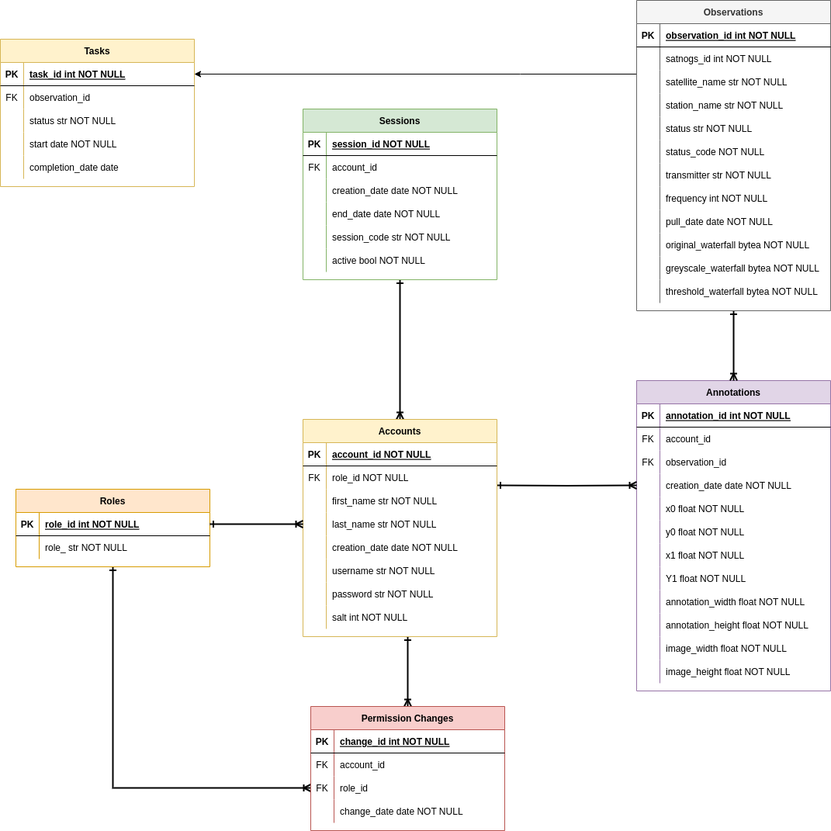
The draw.io diagram assets/erd/erd.png in Maple-Lazuli/satnogs-annotator, before a commit. Source tidied: cells renumbered, new cells last; positions are measured from the earlier drawing's top-left corner, leaving out a move shared by most shapes.
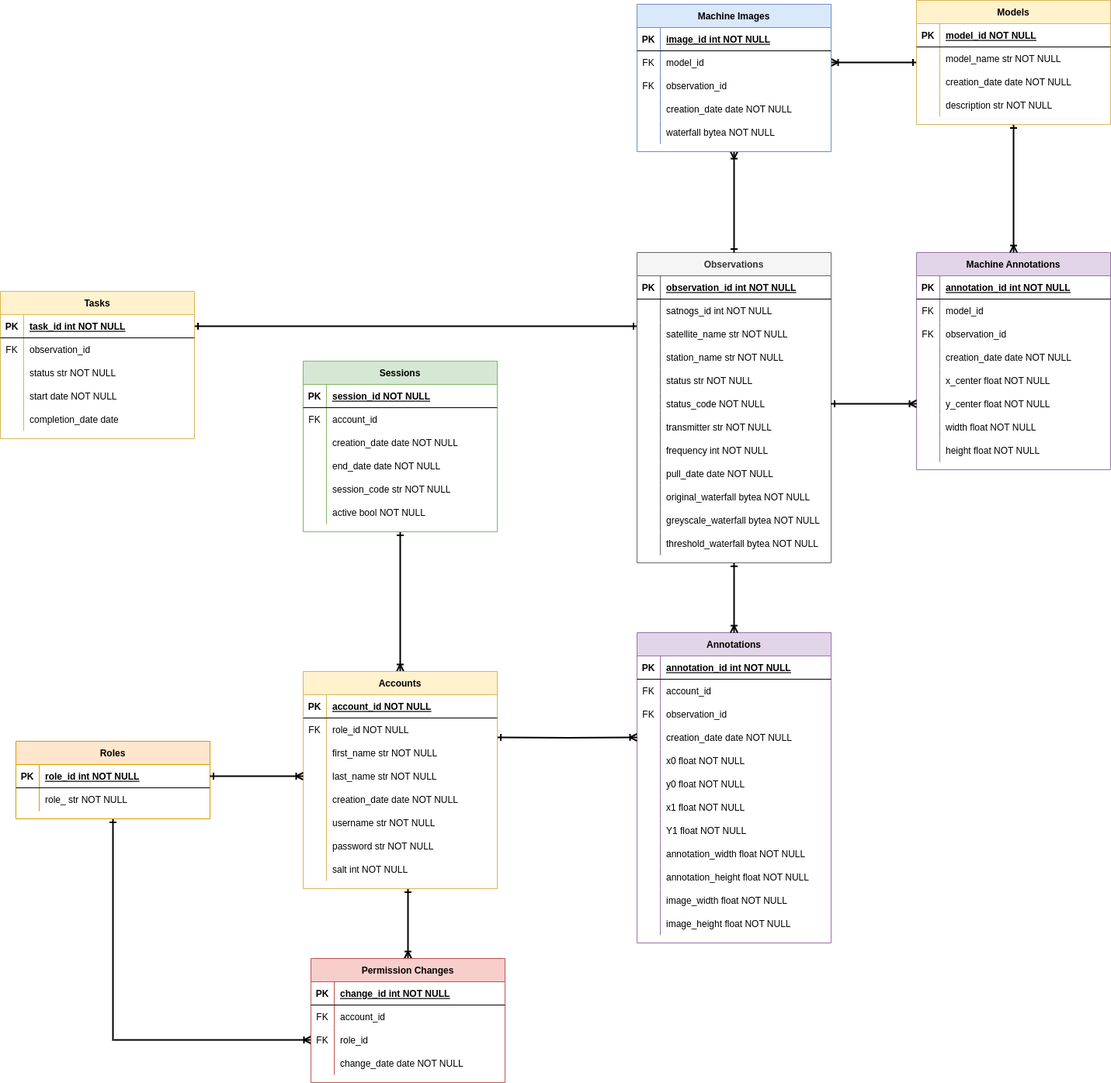
The same file after the commit.

Diff of the diagram source:
```diff
@@ -327,7 +327,7 @@
     <mxCell id="108" style="edgeStyle=orthogonalEdgeStyle;rounded=0;jettySize=auto;html=1;entryX=0.5;entryY=0;entryDx=0;entryDy=0;startArrow=ERone;startFill=0;endArrow=ERoneToMany;endFill=0;strokeWidth=2;" parent="1" edge="1" source="110" target="2">
       <mxGeometry relative="1" as="geometry" />
     </mxCell>
-    <mxCell id="109" style="edgeStyle=orthogonalEdgeStyle;rounded=0;jettySize=auto;html=1;entryX=1;entryY=0.5;entryDx=0;entryDy=0;" parent="1" edge="1" source="110" target="148">
+    <mxCell id="109" style="edgeStyle=orthogonalEdgeStyle;rounded=0;jettySize=auto;html=1;entryX=1;entryY=0.5;entryDx=0;entryDy=0;endArrow=ERone;endFill=0;startArrow=ERone;startFill=0;strokeWidth=2;" parent="1" edge="1" source="110" target="148">
       <mxGeometry relative="1" as="geometry">
         <Array as="points">
           <mxPoint x="670" y="95" />
@@ -494,5 +494,179 @@
     <mxCell id="162" value="completion_date date" style="shape=partialRectangle;overflow=hidden;fillColor=none;top=0;left=0;bottom=0;right=0;align=left;spacingLeft=6;" parent="160" vertex="1">
       <mxGeometry x="30" width="220" height="30" as="geometry" />
     </mxCell>
+    <mxCell id="163" value="Machine Annotations" style="shape=table;startSize=30;rowLines=0;fontStyle=1;align=center;fillColor=#e1d5e7;strokeColor=#9673a6;" parent="1" vertex="1">
+      <mxGeometry x="1180" width="250" height="280" as="geometry" />
+    </mxCell>
+    <mxCell id="164" style="shape=partialRectangle;fillColor=none;top=0;left=0;right=0;bottom=1;" parent="163" vertex="1">
+      <mxGeometry y="30" width="250" height="30" as="geometry" />
+    </mxCell>
+    <mxCell id="165" value="PK" style="shape=partialRectangle;overflow=hidden;fillColor=none;top=0;left=0;bottom=0;right=0;fontStyle=1;" parent="164" vertex="1">
+      <mxGeometry width="30" height="30" as="geometry" />
+    </mxCell>
+    <mxCell id="166" value="annotation_id int NOT NULL" style="shape=partialRectangle;overflow=hidden;fillColor=none;top=0;left=0;bottom=0;right=0;align=left;spacingLeft=6;fontStyle=5;" parent="164" vertex="1">
+      <mxGeometry x="30" width="220" height="30" as="geometry" />
+    </mxCell>
+    <mxCell id="167" style="shape=partialRectangle;fillColor=none;top=0;left=0;right=0;bottom=0;" parent="163" vertex="1">
+      <mxGeometry y="60" width="250" height="30" as="geometry" />
+    </mxCell>
+    <mxCell id="168" value="FK" style="shape=partialRectangle;overflow=hidden;fillColor=none;top=0;left=0;bottom=0;right=0;" parent="167" vertex="1">
+      <mxGeometry width="30" height="30" as="geometry" />
+    </mxCell>
+    <mxCell id="169" value="model_id" style="shape=partialRectangle;overflow=hidden;fillColor=none;top=0;left=0;bottom=0;right=0;align=left;spacingLeft=6;" parent="167" vertex="1">
+      <mxGeometry x="30" width="220" height="30" as="geometry" />
+    </mxCell>
+    <mxCell id="170" style="shape=partialRectangle;fillColor=none;top=0;left=0;right=0;bottom=0;" parent="163" vertex="1">
+      <mxGeometry y="90" width="250" height="30" as="geometry" />
+    </mxCell>
+    <mxCell id="171" value="FK" style="shape=partialRectangle;overflow=hidden;fillColor=none;top=0;left=0;bottom=0;right=0;" parent="170" vertex="1">
+      <mxGeometry width="30" height="30" as="geometry" />
+    </mxCell>
+    <mxCell id="172" value="observation_id" style="shape=partialRectangle;overflow=hidden;fillColor=none;top=0;left=0;bottom=0;right=0;align=left;spacingLeft=6;" parent="170" vertex="1">
+      <mxGeometry x="30" width="220" height="30" as="geometry" />
+    </mxCell>
+    <mxCell id="173" style="shape=partialRectangle;fillColor=none;top=0;left=0;right=0;bottom=0;" parent="163" vertex="1">
+      <mxGeometry y="120" width="250" height="30" as="geometry" />
+    </mxCell>
+    <mxCell id="174" style="shape=partialRectangle;overflow=hidden;fillColor=none;top=0;left=0;bottom=0;right=0;" parent="173" vertex="1">
+      <mxGeometry width="30" height="30" as="geometry" />
+    </mxCell>
+    <mxCell id="175" value="creation_date date NOT NULL" style="shape=partialRectangle;overflow=hidden;fillColor=none;top=0;left=0;bottom=0;right=0;align=left;spacingLeft=6;" parent="173" vertex="1">
+      <mxGeometry x="30" width="220" height="30" as="geometry" />
+    </mxCell>
+    <mxCell id="176" style="shape=partialRectangle;fillColor=none;top=0;left=0;right=0;bottom=0;" parent="163" vertex="1">
+      <mxGeometry y="150" width="250" height="30" as="geometry" />
+    </mxCell>
+    <mxCell id="177" style="shape=partialRectangle;overflow=hidden;fillColor=none;top=0;left=0;bottom=0;right=0;" parent="176" vertex="1">
+      <mxGeometry width="30" height="30" as="geometry" />
+    </mxCell>
+    <mxCell id="178" value="x_center float NOT NULL" style="shape=partialRectangle;overflow=hidden;fillColor=none;top=0;left=0;bottom=0;right=0;align=left;spacingLeft=6;" parent="176" vertex="1">
+      <mxGeometry x="30" width="220" height="30" as="geometry" />
+    </mxCell>
+    <mxCell id="179" style="shape=partialRectangle;fillColor=none;points=[[0,0.5],[1,0.5]];portConstraint=eastwest;top=0;left=0;right=0;bottom=0;" parent="163" vertex="1">
+      <mxGeometry y="180" width="250" height="30" as="geometry" />
+    </mxCell>
+    <mxCell id="180" style="shape=partialRectangle;overflow=hidden;fillColor=none;top=0;left=0;bottom=0;right=0;" parent="179" vertex="1">
+      <mxGeometry width="30" height="30" as="geometry" />
+    </mxCell>
+    <mxCell id="181" value="y_center float NOT NULL" style="shape=partialRectangle;overflow=hidden;fillColor=none;top=0;left=0;bottom=0;right=0;align=left;spacingLeft=6;" parent="179" vertex="1">
+      <mxGeometry x="30" width="220" height="30" as="geometry" />
+    </mxCell>
+    <mxCell id="182" style="shape=partialRectangle;fillColor=none;top=0;left=0;right=0;bottom=0;" parent="163" vertex="1">
+      <mxGeometry y="210" width="250" height="30" as="geometry" />
+    </mxCell>
+    <mxCell id="183" style="shape=partialRectangle;overflow=hidden;fillColor=none;top=0;left=0;bottom=0;right=0;" parent="182" vertex="1">
+      <mxGeometry width="30" height="30" as="geometry" />
+    </mxCell>
+    <mxCell id="184" value="width float NOT NULL" style="shape=partialRectangle;overflow=hidden;fillColor=none;top=0;left=0;bottom=0;right=0;align=left;spacingLeft=6;" parent="182" vertex="1">
+      <mxGeometry x="30" width="220" height="30" as="geometry" />
+    </mxCell>
+    <mxCell id="185" style="shape=partialRectangle;fillColor=none;top=0;left=0;right=0;bottom=0;" parent="163" vertex="1">
+      <mxGeometry y="240" width="250" height="30" as="geometry" />
+    </mxCell>
+    <mxCell id="186" style="shape=partialRectangle;overflow=hidden;fillColor=none;top=0;left=0;bottom=0;right=0;" parent="185" vertex="1">
+      <mxGeometry width="30" height="30" as="geometry" />
+    </mxCell>
+    <mxCell id="187" value="height float NOT NULL" style="shape=partialRectangle;overflow=hidden;fillColor=none;top=0;left=0;bottom=0;right=0;align=left;spacingLeft=6;" parent="185" vertex="1">
+      <mxGeometry x="30" width="220" height="30" as="geometry" />
+    </mxCell>
+    <mxCell id="188" style="edgeStyle=orthogonalEdgeStyle;rounded=0;jettySize=auto;html=1;endArrow=ERoneToMany;endFill=0;startArrow=ERone;startFill=0;fontStyle=1;strokeWidth=2;" parent="1" edge="1" source="126" target="179">
+      <mxGeometry relative="1" as="geometry" />
+    </mxCell>
+    <mxCell id="189" style="edgeStyle=orthogonalEdgeStyle;rounded=0;jettySize=auto;html=1;endArrow=ERoneToMany;endFill=0;startArrow=ERone;startFill=0;strokeWidth=2;entryX=0.5;entryY=0;entryDx=0;entryDy=0;" parent="1" edge="1" source="191" target="163">
+      <mxGeometry relative="1" as="geometry" />
+    </mxCell>
+    <mxCell id="190" style="edgeStyle=orthogonalEdgeStyle;rounded=0;jettySize=auto;html=1;endArrow=ERoneToMany;endFill=0;startArrow=ERone;startFill=0;strokeWidth=2;" parent="1" edge="1" source="191" target="209">
+      <mxGeometry relative="1" as="geometry" />
+    </mxCell>
+    <mxCell id="191" value="Models" style="shape=table;startSize=30;rowLines=0;fontStyle=1;align=center;fillColor=#fff2cc;strokeColor=#d6b656;" parent="1" vertex="1">
+      <mxGeometry x="1180" y="-325" width="250" height="160" as="geometry" />
+    </mxCell>
+    <mxCell id="192" style="shape=partialRectangle;fillColor=none;top=0;left=0;right=0;bottom=1;" parent="191" vertex="1">
+      <mxGeometry y="30" width="250" height="30" as="geometry" />
+    </mxCell>
+    <mxCell id="193" value="PK" style="shape=partialRectangle;overflow=hidden;fillColor=none;top=0;left=0;bottom=0;right=0;fontStyle=1;" parent="192" vertex="1">
+      <mxGeometry width="30" height="30" as="geometry" />
+    </mxCell>
+    <mxCell id="194" value="model_id NOT NULL" style="shape=partialRectangle;overflow=hidden;fillColor=none;top=0;left=0;bottom=0;right=0;align=left;spacingLeft=6;fontStyle=5;" parent="192" vertex="1">
+      <mxGeometry x="30" width="220" height="30" as="geometry" />
+    </mxCell>
+    <mxCell id="195" style="shape=partialRectangle;fillColor=none;top=0;left=0;right=0;bottom=0;" parent="191" vertex="1">
+      <mxGeometry y="60" width="250" height="30" as="geometry" />
+    </mxCell>
+    <mxCell id="196" style="shape=partialRectangle;overflow=hidden;fillColor=none;top=0;left=0;bottom=0;right=0;" parent="195" vertex="1">
+      <mxGeometry width="30" height="30" as="geometry" />
+    </mxCell>
+    <mxCell id="197" value="model_name str NOT NULL" style="shape=partialRectangle;overflow=hidden;fillColor=none;top=0;left=0;bottom=0;right=0;align=left;spacingLeft=6;" parent="195" vertex="1">
+      <mxGeometry x="30" width="220" height="30" as="geometry" />
+    </mxCell>
+    <mxCell id="198" style="shape=partialRectangle;fillColor=none;top=0;left=0;right=0;bottom=0;" parent="191" vertex="1">
+      <mxGeometry y="90" width="250" height="30" as="geometry" />
+    </mxCell>
+    <mxCell id="199" style="shape=partialRectangle;overflow=hidden;fillColor=none;top=0;left=0;bottom=0;right=0;" parent="198" vertex="1">
+      <mxGeometry width="30" height="30" as="geometry" />
+    </mxCell>
+    <mxCell id="200" value="creation_date date NOT NULL" style="shape=partialRectangle;overflow=hidden;fillColor=none;top=0;left=0;bottom=0;right=0;align=left;spacingLeft=6;" parent="198" vertex="1">
+      <mxGeometry x="30" width="220" height="30" as="geometry" />
+    </mxCell>
+    <mxCell id="201" style="shape=partialRectangle;fillColor=none;top=0;left=0;right=0;bottom=0;" parent="191" vertex="1">
+      <mxGeometry y="120" width="250" height="30" as="geometry" />
+    </mxCell>
+    <mxCell id="202" style="shape=partialRectangle;overflow=hidden;fillColor=none;top=0;left=0;bottom=0;right=0;" parent="201" vertex="1">
+      <mxGeometry width="30" height="30" as="geometry" />
+    </mxCell>
+    <mxCell id="203" value="description str NOT NULL" style="shape=partialRectangle;overflow=hidden;fillColor=none;top=0;left=0;bottom=0;right=0;align=left;spacingLeft=6;" parent="201" vertex="1">
+      <mxGeometry x="30" width="220" height="30" as="geometry" />
+    </mxCell>
+    <mxCell id="204" style="edgeStyle=orthogonalEdgeStyle;rounded=0;jettySize=auto;html=1;entryX=0.5;entryY=0;entryDx=0;entryDy=0;endArrow=ERone;endFill=0;startArrow=ERoneToMany;startFill=0;strokeWidth=2;" parent="1" edge="1" source="205" target="110">
+      <mxGeometry relative="1" as="geometry" />
+    </mxCell>
+    <mxCell id="205" value="Machine Images" style="shape=table;startSize=30;rowLines=0;fontStyle=1;align=center;fillColor=#dae8fc;strokeColor=#6c8ebf;" parent="1" vertex="1">
+      <mxGeometry x="820" y="-320" width="250" height="190" as="geometry" />
+    </mxCell>
+    <mxCell id="206" style="shape=partialRectangle;fillColor=none;top=0;left=0;right=0;bottom=1;" parent="205" vertex="1">
+      <mxGeometry y="30" width="250" height="30" as="geometry" />
+    </mxCell>
+    <mxCell id="207" value="PK" style="shape=partialRectangle;overflow=hidden;fillColor=none;top=0;left=0;bottom=0;right=0;fontStyle=1;" parent="206" vertex="1">
+      <mxGeometry width="30" height="30" as="geometry" />
+    </mxCell>
+    <mxCell id="208" value="image_id int NOT NULL" style="shape=partialRectangle;overflow=hidden;fillColor=none;top=0;left=0;bottom=0;right=0;align=left;spacingLeft=6;fontStyle=5;" parent="206" vertex="1">
+      <mxGeometry x="30" width="220" height="30" as="geometry" />
+    </mxCell>
+    <mxCell id="209" style="shape=partialRectangle;fillColor=none;points=[[0,0.5],[1,0.5]];portConstraint=eastwest;top=0;left=0;right=0;bottom=0;" parent="205" vertex="1">
+      <mxGeometry y="60" width="250" height="30" as="geometry" />
+    </mxCell>
+    <mxCell id="210" value="FK" style="shape=partialRectangle;overflow=hidden;fillColor=none;top=0;left=0;bottom=0;right=0;" parent="209" vertex="1">
+      <mxGeometry width="30" height="30" as="geometry" />
+    </mxCell>
+    <mxCell id="211" value="model_id" style="shape=partialRectangle;overflow=hidden;fillColor=none;top=0;left=0;bottom=0;right=0;align=left;spacingLeft=6;" parent="209" vertex="1">
+      <mxGeometry x="30" width="220" height="30" as="geometry" />
+    </mxCell>
+    <mxCell id="212" style="shape=partialRectangle;fillColor=none;top=0;left=0;right=0;bottom=0;" parent="205" vertex="1">
+      <mxGeometry y="90" width="250" height="30" as="geometry" />
+    </mxCell>
+    <mxCell id="213" value="FK" style="shape=partialRectangle;overflow=hidden;fillColor=none;top=0;left=0;bottom=0;right=0;" parent="212" vertex="1">
+      <mxGeometry width="30" height="30" as="geometry" />
+    </mxCell>
+    <mxCell id="214" value="observation_id" style="shape=partialRectangle;overflow=hidden;fillColor=none;top=0;left=0;bottom=0;right=0;align=left;spacingLeft=6;" parent="212" vertex="1">
+      <mxGeometry x="30" width="220" height="30" as="geometry" />
+    </mxCell>
+    <mxCell id="215" style="shape=partialRectangle;fillColor=none;top=0;left=0;right=0;bottom=0;" parent="205" vertex="1">
+      <mxGeometry y="120" width="250" height="30" as="geometry" />
+    </mxCell>
+    <mxCell id="216" style="shape=partialRectangle;overflow=hidden;fillColor=none;top=0;left=0;bottom=0;right=0;" parent="215" vertex="1">
+      <mxGeometry width="30" height="30" as="geometry" />
+    </mxCell>
+    <mxCell id="217" value="creation_date date NOT NULL" style="shape=partialRectangle;overflow=hidden;fillColor=none;top=0;left=0;bottom=0;right=0;align=left;spacingLeft=6;" parent="215" vertex="1">
+      <mxGeometry x="30" width="220" height="30" as="geometry" />
+    </mxCell>
+    <mxCell id="218" style="shape=partialRectangle;fillColor=none;top=0;left=0;right=0;bottom=0;" parent="205" vertex="1">
+      <mxGeometry y="150" width="250" height="30" as="geometry" />
+    </mxCell>
+    <mxCell id="219" style="shape=partialRectangle;overflow=hidden;fillColor=none;top=0;left=0;bottom=0;right=0;" parent="218" vertex="1">
+      <mxGeometry width="30" height="30" as="geometry" />
+    </mxCell>
+    <mxCell id="220" value="waterfall bytea NOT NULL" style="shape=partialRectangle;overflow=hidden;fillColor=none;top=0;left=0;bottom=0;right=0;align=left;spacingLeft=6;" parent="218" vertex="1">
+      <mxGeometry x="30" width="220" height="30" as="geometry" />
+    </mxCell>
   </root>
 </mxGraphModel>
```
